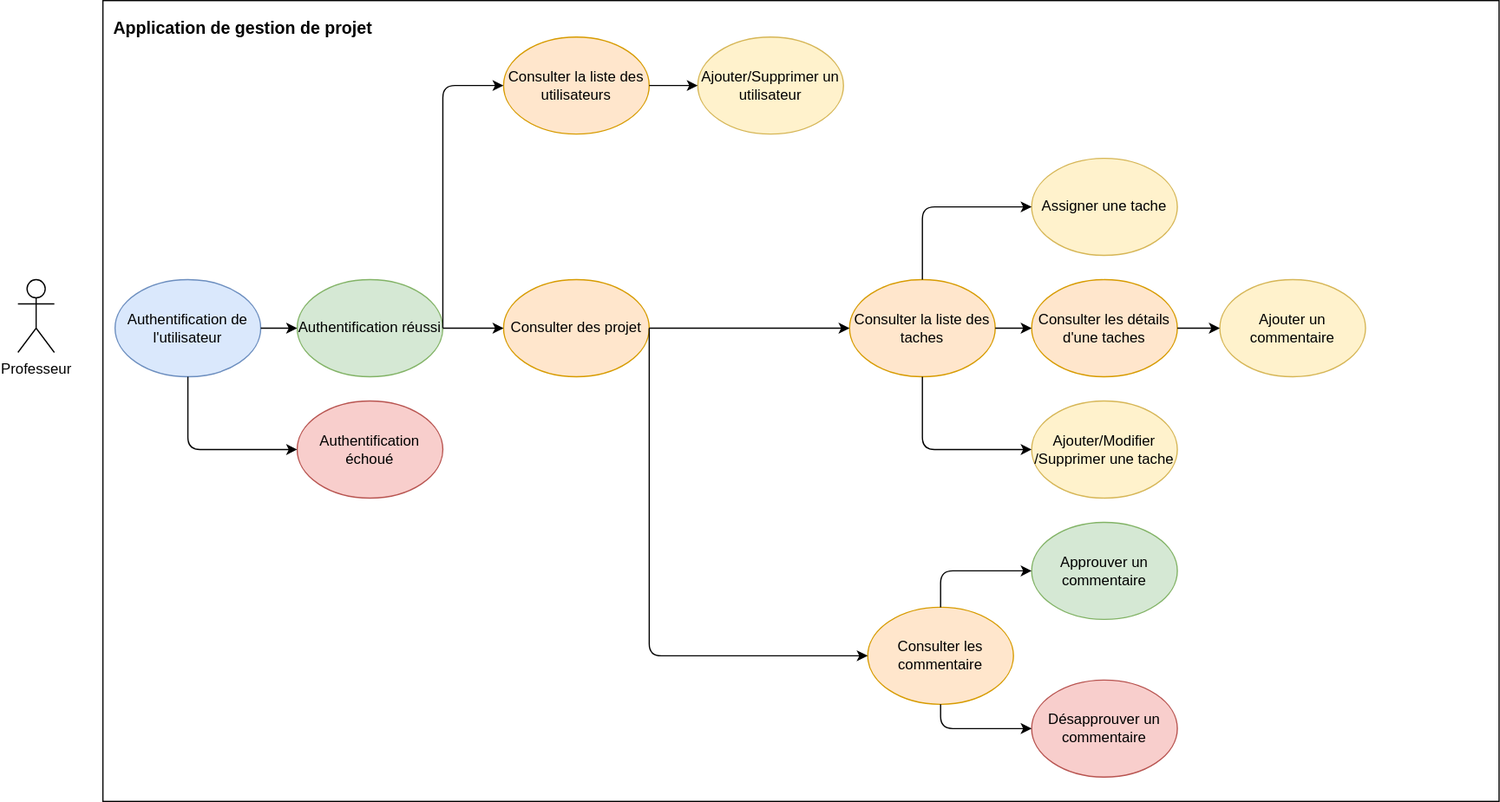
This is DCU/DCU_Professeur.svg from EducaOps/EducaOps, a draw.io export, as it was before one commit. Source tidied: cells renumbered, new cells last; positions are measured from the earlier drawing's top-left corner, leaving out a move shared by most shapes.
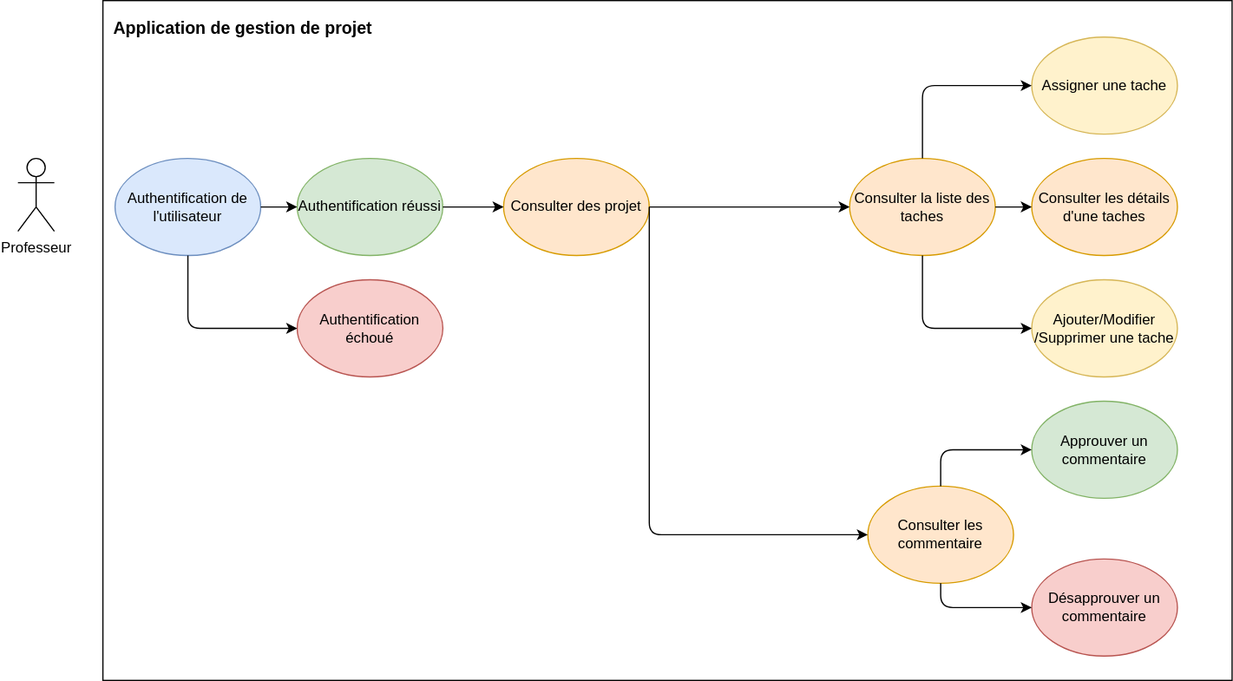
Later version of the same file.

What changed in the source:
```diff
@@ -5,14 +5,14 @@
     <mxCell id="2" value="Professeur" style="shape=umlActor;verticalLabelPosition=bottom;verticalAlign=top;html=1;" parent="1" vertex="1">
       <mxGeometry y="280" width="30" height="60" as="geometry" />
     </mxCell>
-    <mxCell id="3" style="rounded=0;whiteSpace=wrap;html=1;align=left;" parent="1" vertex="1">
-      <mxGeometry x="70" y="50" width="1150" height="660" as="geometry" />
-    </mxCell>
+    <mxCell id="32" style="rounded=0;whiteSpace=wrap;html=1;align=left;" parent="1" vertex="1">
+      <mxGeometry x="70" y="150" width="930" height="560" as="geometry" />
+    </mxCell>
     <mxCell id="4" value="Consulter des projet" style="ellipse;whiteSpace=wrap;html=1;fillColor=#ffe6cc;strokeColor=#d79b00;" parent="1" vertex="1">
       <mxGeometry x="400" y="280" width="120" height="80" as="geometry" />
     </mxCell>
     <mxCell id="5" value="&lt;font style=&quot;font-size: 14px&quot;&gt;Application de gestion de projet&lt;/font&gt;" style="text;strokeColor=none;fillColor=none;html=1;fontSize=24;fontStyle=1;verticalAlign=middle;align=center;" parent="1" vertex="1">
-      <mxGeometry x="70" y="50" width="230" height="40" as="geometry" />
+      <mxGeometry x="70" y="150" width="230" height="40" as="geometry" />
     </mxCell>
     <mxCell id="6" value="Consulter la liste des taches" style="ellipse;whiteSpace=wrap;html=1;fillColor=#ffe6cc;strokeColor=#d79b00;" parent="1" vertex="1">
       <mxGeometry x="685" y="280" width="120" height="80" as="geometry" />
@@ -102,29 +102,5 @@
         </Array>
       </mxGeometry>
     </mxCell>
-    <mxCell id="26" value="Ajouter un commentaire" style="ellipse;whiteSpace=wrap;html=1;fillColor=#fff2cc;strokeColor=#d6b656;" parent="1" vertex="1">
-      <mxGeometry x="990" y="280" width="120" height="80" as="geometry" />
-    </mxCell>
-    <mxCell id="27" style="endArrow=classic;html=1;exitX=1;exitY=0.5;exitDx=0;exitDy=0;" parent="1" edge="1" source="7" target="26">
-      <mxGeometry relative="1" as="geometry" />
-    </mxCell>
-    <mxCell id="28" value="Consulter la liste des utilisateurs" style="ellipse;whiteSpace=wrap;html=1;fillColor=#ffe6cc;strokeColor=#d79b00;" parent="1" vertex="1">
-      <mxGeometry x="400" y="80" width="120" height="80" as="geometry" />
-    </mxCell>
-    <mxCell id="29" value="Ajouter/Supprimer un utilisateur" style="ellipse;whiteSpace=wrap;html=1;fillColor=#fff2cc;strokeColor=#d6b656;" parent="1" vertex="1">
-      <mxGeometry x="560" y="80" width="120" height="80" as="geometry" />
-    </mxCell>
-    <mxCell id="30" style="endArrow=classic;html=1;exitX=1;exitY=0.5;exitDx=0;exitDy=0;entryX=0;entryY=0.5;entryDx=0;entryDy=0;" parent="1" edge="1" source="28" target="29">
-      <mxGeometry relative="1" as="geometry" />
-    </mxCell>
-    <mxCell id="31" style="edgeStyle=elbowEdgeStyle;elbow=vertical;endArrow=classic;html=1;entryX=0;entryY=0.5;entryDx=0;entryDy=0;exitX=1;exitY=0.5;exitDx=0;exitDy=0;" parent="1" edge="1" source="13" target="28">
-      <mxGeometry relative="1" as="geometry">
-        <Array as="points">
-          <mxPoint x="370" y="120" />
-          <mxPoint x="260" y="110" />
-          <mxPoint x="175" />
-        </Array>
-      </mxGeometry>
-    </mxCell>
   </root>
 </mxGraphModel>
```
